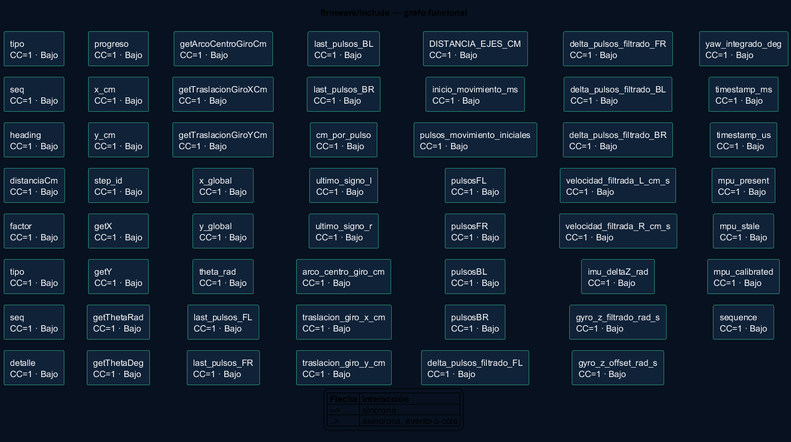
The PlantUML diagram docs_markdowns/uml/exportados/firmware_include.png in RubenAndresGome/carroTest3-For-Esp32-s3-wroom, before a commit.
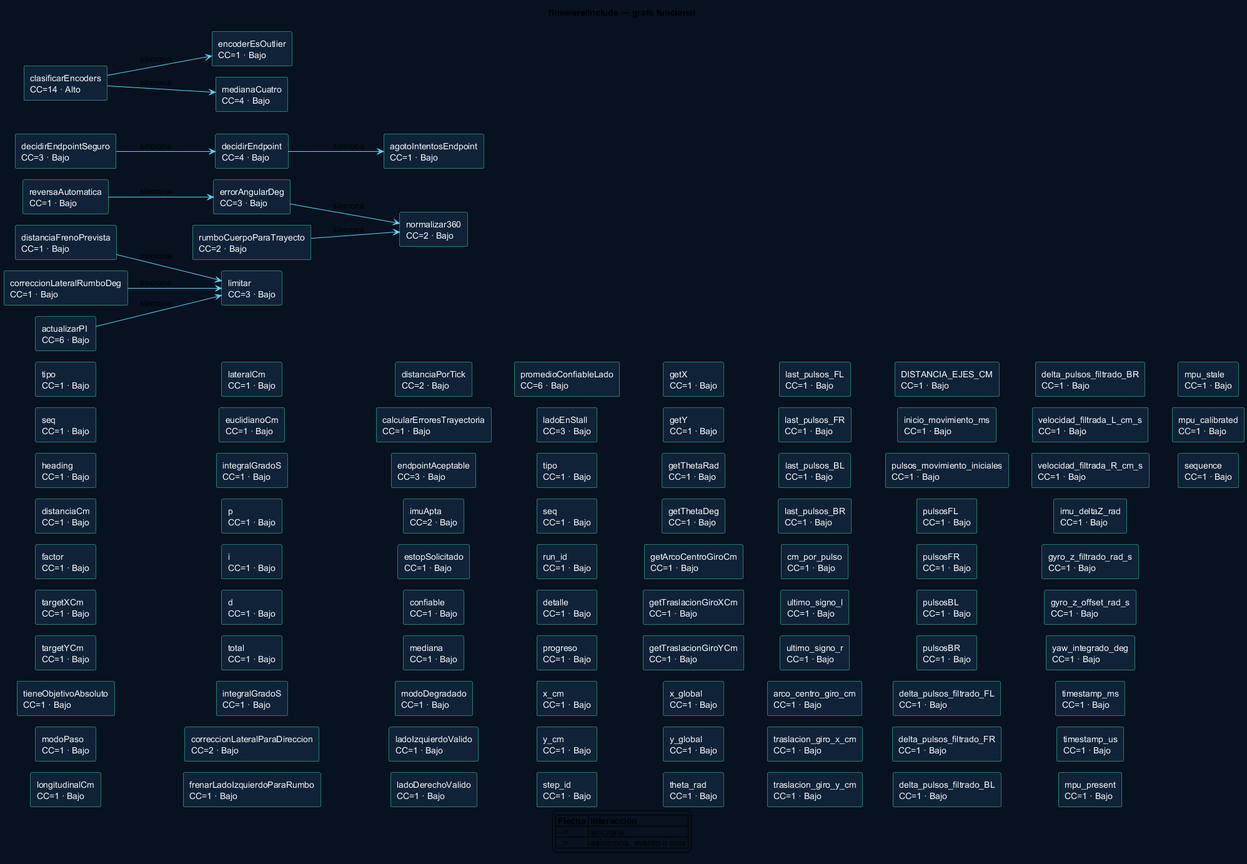
The same diagram one commit later.

Change to the diagram source:
```diff
@@ -8,15 +8,57 @@
 skinparam componentFontColor white
 skinparam ArrowColor #5BD8FF
 title firmware/include — grafo funcional
-component "tipo\nCC=1 · Bajo" as n52fd560f83
-component "seq\nCC=1 · Bajo" as ndfcaf3f3be
-component "heading\nCC=1 · Bajo" as n2723cbcf48
-component "distanciaCm\nCC=1 · Bajo" as ne704d1ed5d
-component "factor\nCC=1 · Bajo" as n2135af2d5f
+component "tipo\nCC=1 · Bajo" as nb9d52df174
+component "seq\nCC=1 · Bajo" as n54e28a7808
+component "heading\nCC=1 · Bajo" as na384e552ee
+component "distanciaCm\nCC=1 · Bajo" as n19302bb7c7
+component "factor\nCC=1 · Bajo" as n1a150105f0
+component "targetXCm\nCC=1 · Bajo" as n359e3192c8
+component "targetYCm\nCC=1 · Bajo" as n3ddd954461
+component "tieneObjetivoAbsoluto\nCC=1 · Bajo" as nd0867b25a6
+component "modoPaso\nCC=1 · Bajo" as n475cac3a15
+component "longitudinalCm\nCC=1 · Bajo" as naf5b9be116
+component "lateralCm\nCC=1 · Bajo" as n7d8fcdccb4
+component "euclidianoCm\nCC=1 · Bajo" as n56c5928aa3
+component "integralGradoS\nCC=1 · Bajo" as n443a3bfa6b
+component "p\nCC=1 · Bajo" as nd35097c3a5
+component "i\nCC=1 · Bajo" as n7314fc80d8
+component "d\nCC=1 · Bajo" as nbb3bcd73ea
+component "total\nCC=1 · Bajo" as n05c7a68a3c
+component "integralGradoS\nCC=1 · Bajo" as n2e3822c0b7
+component "limitar\nCC=3 · Bajo" as nfd68ebbf51
+component "normalizar360\nCC=2 · Bajo" as n055e6556b4
+component "errorAngularDeg\nCC=3 · Bajo" as n40c8cb2eef
+component "reversaAutomatica\nCC=1 · Bajo" as nbe93f15ded
+component "rumboCuerpoParaTrayecto\nCC=2 · Bajo" as nb3b8b073ec
+component "correccionLateralParaDireccion\nCC=2 · Bajo" as n0fcdf5f124
+component "frenarLadoIzquierdoParaRumbo\nCC=1 · Bajo" as n8079dd1716
+component "distanciaPorTick\nCC=2 · Bajo" as nabeea36787
+component "distanciaFrenoPrevista\nCC=1 · Bajo" as nc92c4c3dbd
+component "calcularErroresTrayectoria\nCC=1 · Bajo" as n77bb7c210f
+component "correccionLateralRumboDeg\nCC=1 · Bajo" as n2ed90afeb2
+component "actualizarPI\nCC=6 · Bajo" as na4be9f82eb
+component "endpointAceptable\nCC=3 · Bajo" as n6686d80e74
+component "agotoIntentosEndpoint\nCC=1 · Bajo" as n123b18d6f2
+component "decidirEndpoint\nCC=4 · Bajo" as n2e65f908c7
+component "decidirEndpointSeguro\nCC=3 · Bajo" as n14c5e62500
+component "imuApta\nCC=2 · Bajo" as nc112944dbf
+component "estopSolicitado\nCC=1 · Bajo" as neefa84e65c
+component "encoderEsOutlier\nCC=1 · Bajo" as na3d5c6af71
+component "confiable\nCC=1 · Bajo" as n015925b31b
+component "mediana\nCC=1 · Bajo" as n1dd147497d
+component "modoDegradado\nCC=1 · Bajo" as n4af4da39bf
+component "ladoIzquierdoValido\nCC=1 · Bajo" as nbc1218dd16
+component "ladoDerechoValido\nCC=1 · Bajo" as n641bb93d5b
+component "medianaCuatro\nCC=4 · Bajo" as nd631f6f320
+component "clasificarEncoders\nCC=14 · Alto" as n6a1353563a
+component "promedioConfiableLado\nCC=6 · Bajo" as n35f31e7c43
+component "ladoEnStall\nCC=3 · Bajo" as ndd6f549d25
 component "tipo\nCC=1 · Bajo" as nae6550dc08
 component "seq\nCC=1 · Bajo" as na459c2b651
-component "detalle\nCC=1 · Bajo" as n8ee7331898
-component "progreso\nCC=1 · Bajo" as n7c591dc3c6
+component "run_id\nCC=1 · Bajo" as nf13fbcc40f
+component "detalle\nCC=1 · Bajo" as n76ea421fa2
+component "progreso\nCC=1 · Bajo" as n62d9f5cb98
 component "x_cm\nCC=1 · Bajo" as nb9914d7cbb
 component "y_cm\nCC=1 · Bajo" as n95dbe740db
 component "step_id\nCC=1 · Bajo" as nfd79d6b1ab
@@ -63,6 +105,16 @@
 component "mpu_stale\nCC=1 · Bajo" as n588b6ba92e
 component "mpu_calibrated\nCC=1 · Bajo" as n7c7ebe4c92
 component "sequence\nCC=1 · Bajo" as n19143883c9
+n40c8cb2eef --> n055e6556b4 : síncrona
+nbe93f15ded --> n40c8cb2eef : síncrona
+nb3b8b073ec --> n055e6556b4 : síncrona
+nc92c4c3dbd --> nfd68ebbf51 : síncrona
+n2ed90afeb2 --> nfd68ebbf51 : síncrona
+na4be9f82eb --> nfd68ebbf51 : síncrona
+n2e65f908c7 --> n123b18d6f2 : síncrona
+n14c5e62500 --> n2e65f908c7 : síncrona
+n6a1353563a --> na3d5c6af71 : síncrona
+n6a1353563a --> nd631f6f320 : síncrona
 legend
 |= Flecha |= Interacción |
 | --> | síncrona |
```
